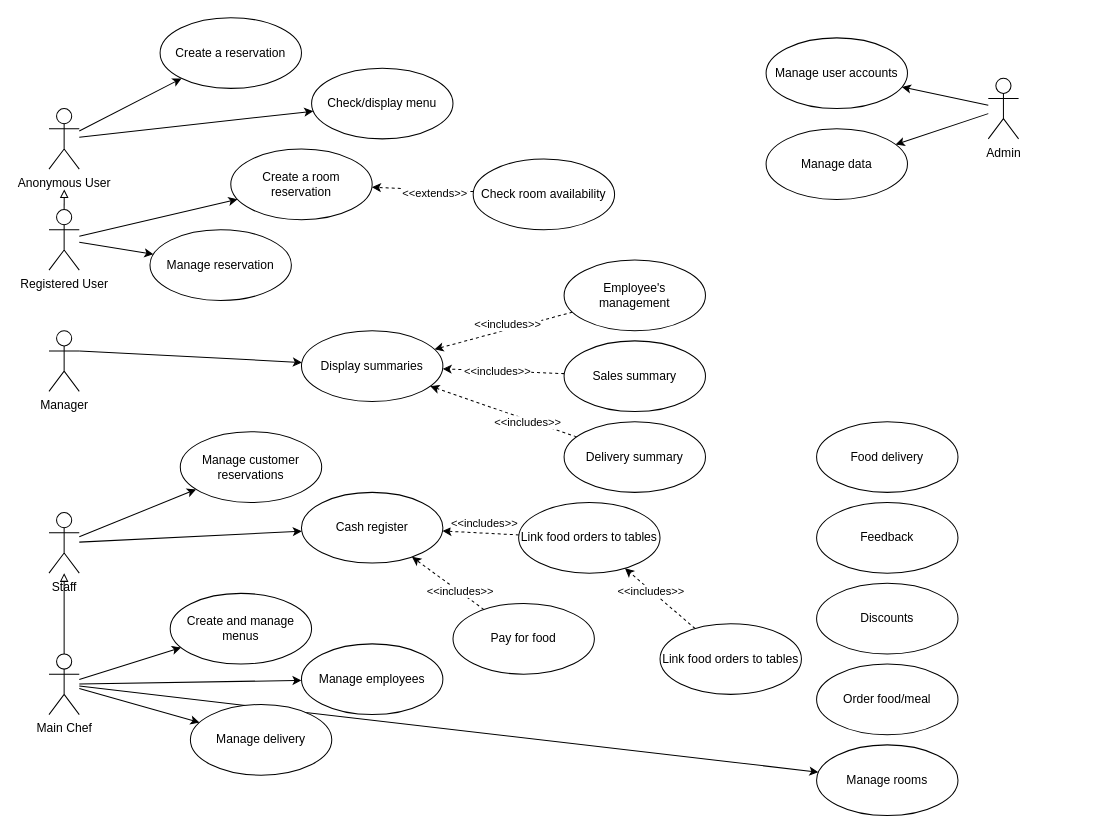
Earlier version of the draw.io diagram page "use-case" (1 of 2) of docs/schema.drawio (hungdojan/PIS_Project). Source tidied: cells renumbered, new cells numbered last; positions are measured from the earlier drawing's top-left corner, leaving out a move shared by most shapes. Both pictures are drawn from the tidied source at 101%, with x=0, y=0 at pixel (48, 17).
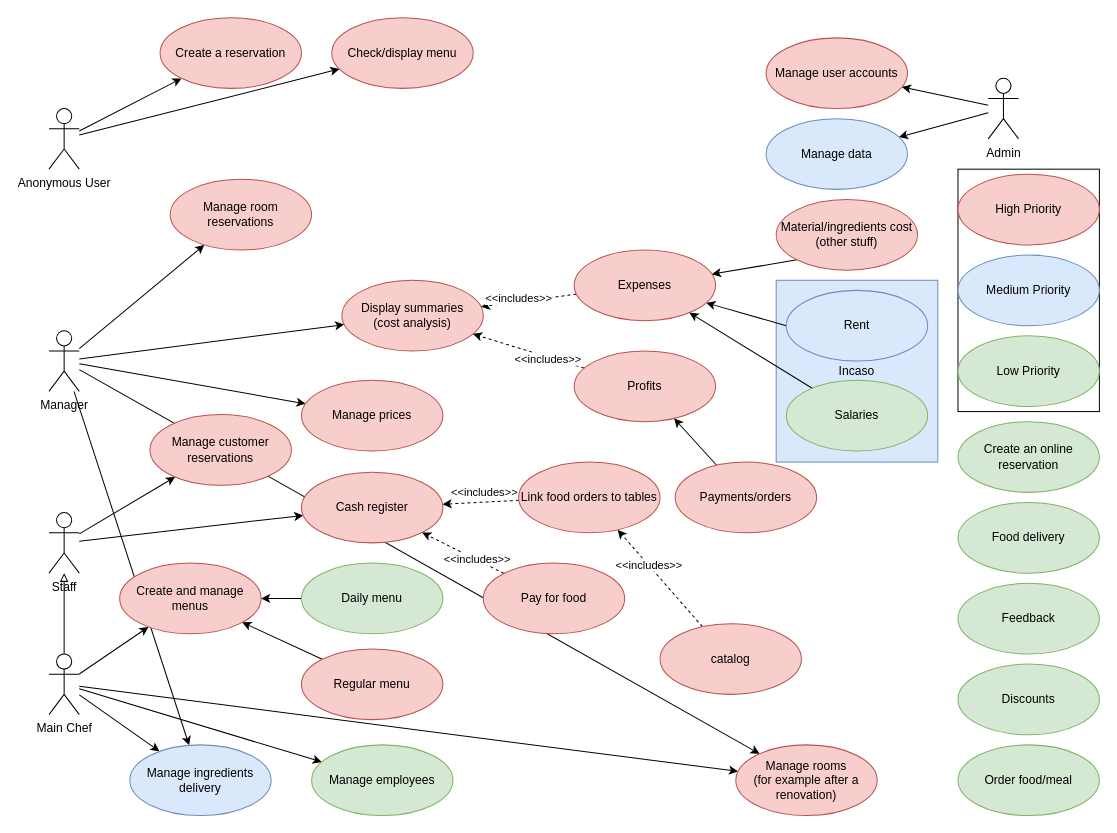
After the change.

Commit message:
Update schema, added few flow-charts

Unchanged cells that the change refers to:
```xml
<mxCell id="10" value="Manager" style="shape=umlActor;verticalLabelPosition=bottom;verticalAlign=top;html=1;" parent="1" vertex="1">
  <mxGeometry y="310" width="30" height="60" as="geometry" />
</mxCell>
```

Diff of the diagram source:
```diff
@@
+    <mxCell id="61" style="rounded=0;whiteSpace=wrap;html=1;" parent="1" vertex="1">
+      <mxGeometry x="900" y="150" width="140" height="240" as="geometry" />
+    </mxCell>
+    <mxCell id="62" value="Incaso" style="rounded=0;whiteSpace=wrap;html=1;fillColor=#dae8fc;strokeColor=#6c8ebf;" parent="1" vertex="1">
+      <mxGeometry x="720" y="260" width="160" height="180" as="geometry" />
+    </mxCell>
@@
-    <mxCell id="5" style="edgeStyle=none;html=1;exitX=0.5;exitY=0;exitDx=0;exitDy=0;exitPerimeter=0;endArrow=block;endFill=0;" parent="1" edge="1" source="8">
-      <mxGeometry relative="1" as="geometry">
-        <mxPoint x="15.1" y="170" as="targetPoint" />
-      </mxGeometry>
-    </mxCell>
-    <mxCell id="6" style="edgeStyle=none;html=1;endArrow=classic;endFill=1;" parent="1" edge="1" source="8" target="25">
-      <mxGeometry relative="1" as="geometry" />
-    </mxCell>
-    <mxCell id="7" style="edgeStyle=none;html=1;endArrow=classic;endFill=1;" parent="1" edge="1" source="8" target="26">
-      <mxGeometry relative="1" as="geometry" />
-    </mxCell>
-    <mxCell id="8" value="Registered User" style="shape=umlActor;verticalLabelPosition=bottom;verticalAlign=top;html=1;" parent="1" vertex="1">
-      <mxGeometry y="190" width="30" height="60" as="geometry" />
-    </mxCell>
-    <mxCell id="9" style="edgeStyle=none;html=1;exitX=1;exitY=0.3333333333333333;exitDx=0;exitDy=0;exitPerimeter=0;endArrow=classic;endFill=1;" parent="1" edge="1" source="10" target="30">
+    <mxCell id="9" style="edgeStyle=none;html=1;endArrow=classic;endFill=1;" parent="1" edge="1" source="10" target="30">
       <mxGeometry relative="1" as="geometry" />
     </mxCell>
+    <mxCell id="63" style="edgeStyle=none;html=1;" parent="1" edge="1" source="10" target="67">
+      <mxGeometry relative="1" as="geometry" />
+    </mxCell>
+    <mxCell id="64" style="edgeStyle=none;html=1;" parent="1" edge="1" source="10" target="46">
+      <mxGeometry relative="1" as="geometry" />
+    </mxCell>
+    <mxCell id="65" style="edgeStyle=none;html=1;" parent="1" edge="1" source="10" target="51">
+      <mxGeometry relative="1" as="geometry" />
+    </mxCell>
+    <mxCell id="66" style="edgeStyle=none;html=1;" parent="1" edge="1" source="10" target="26">
+      <mxGeometry relative="1" as="geometry" />
+    </mxCell>
@@
-    <mxCell id="23" value="Create a reservation" style="ellipse;whiteSpace=wrap;html=1;" parent="1" vertex="1">
+    <mxCell id="23" value="Create a reservation" style="ellipse;whiteSpace=wrap;html=1;fillColor=#f8cecc;strokeColor=#b85450;" parent="1" vertex="1">
       <mxGeometry x="110" width="140" height="70" as="geometry" />
     </mxCell>
-    <mxCell id="24" value="Check/display menu" style="ellipse;whiteSpace=wrap;html=1;" parent="1" vertex="1">
-      <mxGeometry x="260" y="50" width="140" height="70" as="geometry" />
+    <mxCell id="24" value="Check/display menu" style="ellipse;whiteSpace=wrap;html=1;fillColor=#f8cecc;strokeColor=#b85450;" parent="1" vertex="1">
+      <mxGeometry x="280" width="140" height="70" as="geometry" />
     </mxCell>
-    <mxCell id="25" value="Manage reservation" style="ellipse;whiteSpace=wrap;html=1;" parent="1" vertex="1">
-      <mxGeometry x="100" y="210" width="140" height="70" as="geometry" />
-    </mxCell>
-    <mxCell id="26" value="Create a room reservation" style="ellipse;whiteSpace=wrap;html=1;" parent="1" vertex="1">
-      <mxGeometry x="180" y="130" width="140" height="70" as="geometry" />
+    <mxCell id="26" value="Manage room reservations" style="ellipse;whiteSpace=wrap;html=1;fillColor=#f8cecc;strokeColor=#b85450;" parent="1" vertex="1">
+      <mxGeometry x="120" y="160" width="140" height="70" as="geometry" />
     </mxCell>
-    <mxCell id="27" style="edgeStyle=none;html=1;endArrow=classic;endFill=1;dashed=1;" parent="1" edge="1" source="29" target="26">
-      <mxGeometry relative="1" as="geometry" />
-    </mxCell>
-    <mxCell id="28" value="&amp;lt;&amp;lt;extends&amp;gt;&amp;gt;" style="edgeLabel;html=1;align=center;verticalAlign=middle;" parent="27" vertex="1">
-      <mxGeometry x="-0.22" y="3" relative="1" as="geometry" />
-    </mxCell>
-    <mxCell id="29" value="Check room availability" style="ellipse;whiteSpace=wrap;html=1;" parent="1" vertex="1">
-      <mxGeometry x="420" y="140" width="140" height="70" as="geometry" />
-    </mxCell>
-    <mxCell id="30" value="Display summaries" style="ellipse;whiteSpace=wrap;html=1;" parent="1" vertex="1">
-      <mxGeometry x="250" y="310" width="140" height="70" as="geometry" />
+    <mxCell id="30" value="Display summaries&lt;br&gt;(cost analysis)" style="ellipse;whiteSpace=wrap;html=1;fillColor=#f8cecc;strokeColor=#b85450;" parent="1" vertex="1">
+      <mxGeometry x="290" y="260" width="140" height="70" as="geometry" />
     </mxCell>
-    <mxCell id="31" style="edgeStyle=none;html=1;endArrow=classic;endFill=1;dashed=1;" parent="1" edge="1" source="33" target="30">
-      <mxGeometry relative="1" as="geometry" />
-    </mxCell>
-    <mxCell id="32" value="&amp;lt;&amp;lt;includes&amp;gt;&amp;gt;" style="edgeLabel;html=1;align=center;verticalAlign=middle;" parent="31" vertex="1">
-      <mxGeometry x="-0.28" y="-2" relative="1" as="geometry">
-        <mxPoint x="-15" y="1" as="offset" />
-      </mxGeometry>
-    </mxCell>
-    <mxCell id="33" value="Employee's&lt;br&gt;management" style="ellipse;whiteSpace=wrap;html=1;" parent="1" vertex="1">
-      <mxGeometry x="510" y="240" width="140" height="70" as="geometry" />
-    </mxCell>
@@
-    <mxCell id="36" value="Sales summary" style="ellipse;whiteSpace=wrap;html=1;" parent="1" vertex="1">
-      <mxGeometry x="510" y="320" width="140" height="70" as="geometry" />
+    <mxCell id="36" value="Expenses" style="ellipse;whiteSpace=wrap;html=1;fillColor=#f8cecc;strokeColor=#b85450;" parent="1" vertex="1">
+      <mxGeometry x="520" y="230" width="140" height="70" as="geometry" />
     </mxCell>
@@
-    <mxCell id="39" value="Delivery summary" style="ellipse;whiteSpace=wrap;html=1;" parent="1" vertex="1">
-      <mxGeometry x="510" y="400" width="140" height="70" as="geometry" />
+    <mxCell id="39" value="Profits" style="ellipse;whiteSpace=wrap;html=1;fillColor=#f8cecc;strokeColor=#b85450;" parent="1" vertex="1">
+      <mxGeometry x="520" y="330" width="140" height="70" as="geometry" />
     </mxCell>
-    <mxCell id="40" value="Manage user accounts" style="ellipse;whiteSpace=wrap;html=1;" parent="1" vertex="1">
+    <mxCell id="40" value="Manage user accounts" style="ellipse;whiteSpace=wrap;html=1;fillColor=#f8cecc;strokeColor=#b85450;" parent="1" vertex="1">
       <mxGeometry x="710" y="20" width="140" height="70" as="geometry" />
     </mxCell>
-    <mxCell id="41" value="Manage data" style="ellipse;whiteSpace=wrap;html=1;" parent="1" vertex="1">
-      <mxGeometry x="710" y="110" width="140" height="70" as="geometry" />
+    <mxCell id="41" value="Manage data" style="ellipse;whiteSpace=wrap;html=1;fillColor=#dae8fc;strokeColor=#6c8ebf;" parent="1" vertex="1">
+      <mxGeometry x="710" y="100" width="140" height="70" as="geometry" />
     </mxCell>
-    <mxCell id="42" value="Manage customer reservations" style="ellipse;whiteSpace=wrap;html=1;" parent="1" vertex="1">
-      <mxGeometry x="130" y="410" width="140" height="70" as="geometry" />
+    <mxCell id="42" value="Manage customer reservations" style="ellipse;whiteSpace=wrap;html=1;fillColor=#f8cecc;strokeColor=#b85450;" parent="1" vertex="1">
+      <mxGeometry x="100" y="393" width="140" height="70" as="geometry" />
     </mxCell>
-    <mxCell id="43" value="Cash register" style="ellipse;whiteSpace=wrap;html=1;" parent="1" vertex="1">
-      <mxGeometry x="250" y="470" width="140" height="70" as="geometry" />
+    <mxCell id="43" value="Cash register" style="ellipse;whiteSpace=wrap;html=1;fillColor=#f8cecc;strokeColor=#b85450;" parent="1" vertex="1">
+      <mxGeometry x="250" y="450" width="140" height="70" as="geometry" />
     </mxCell>
-    <mxCell id="44" value="Create and manage menus" style="ellipse;whiteSpace=wrap;html=1;" parent="1" vertex="1">
-      <mxGeometry x="120" y="570" width="140" height="70" as="geometry" />
+    <mxCell id="44" value="Create and manage menus" style="ellipse;whiteSpace=wrap;html=1;fillColor=#f8cecc;strokeColor=#b85450;" parent="1" vertex="1">
+      <mxGeometry x="70" y="540" width="140" height="70" as="geometry" />
     </mxCell>
-    <mxCell id="45" value="Manage employees" style="ellipse;whiteSpace=wrap;html=1;" parent="1" vertex="1">
-      <mxGeometry x="250" y="620" width="140" height="70" as="geometry" />
+    <mxCell id="45" value="Manage employees" style="ellipse;whiteSpace=wrap;html=1;fillColor=#d5e8d4;strokeColor=#82b366;" parent="1" vertex="1">
+      <mxGeometry x="260" y="720" width="140" height="70" as="geometry" />
     </mxCell>
-    <mxCell id="46" value="Manage delivery" style="ellipse;whiteSpace=wrap;html=1;" parent="1" vertex="1">
-      <mxGeometry x="140" y="680" width="140" height="70" as="geometry" />
+    <mxCell id="46" value="Manage ingredients delivery" style="ellipse;whiteSpace=wrap;html=1;fillColor=#dae8fc;strokeColor=#6c8ebf;" parent="1" vertex="1">
+      <mxGeometry x="80" y="720" width="140" height="70" as="geometry" />
     </mxCell>
-    <mxCell id="47" value="Food delivery" style="ellipse;whiteSpace=wrap;html=1;" parent="1" vertex="1">
-      <mxGeometry x="760" y="400" width="140" height="70" as="geometry" />
+    <mxCell id="47" value="Food delivery" style="ellipse;whiteSpace=wrap;html=1;fillColor=#d5e8d4;strokeColor=#82b366;" parent="1" vertex="1">
+      <mxGeometry x="900" y="480" width="140" height="70" as="geometry" />
     </mxCell>
-    <mxCell id="48" value="Feedback" style="ellipse;whiteSpace=wrap;html=1;" parent="1" vertex="1">
-      <mxGeometry x="760" y="480" width="140" height="70" as="geometry" />
+    <mxCell id="48" value="Feedback" style="ellipse;whiteSpace=wrap;html=1;fillColor=#d5e8d4;strokeColor=#82b366;" parent="1" vertex="1">
+      <mxGeometry x="900" y="560" width="140" height="70" as="geometry" />
     </mxCell>
-    <mxCell id="49" value="Discounts" style="ellipse;whiteSpace=wrap;html=1;" parent="1" vertex="1">
-      <mxGeometry x="760" y="560" width="140" height="70" as="geometry" />
+    <mxCell id="49" value="Discounts" style="ellipse;whiteSpace=wrap;html=1;fillColor=#d5e8d4;strokeColor=#82b366;" parent="1" vertex="1">
+      <mxGeometry x="900" y="640" width="140" height="70" as="geometry" />
     </mxCell>
-    <mxCell id="50" value="Order food/meal" style="ellipse;whiteSpace=wrap;html=1;" parent="1" vertex="1">
-      <mxGeometry x="760" y="640" width="140" height="70" as="geometry" />
+    <mxCell id="50" value="Order food/meal" style="ellipse;whiteSpace=wrap;html=1;fillColor=#d5e8d4;strokeColor=#82b366;" parent="1" vertex="1">
+      <mxGeometry x="900" y="720" width="140" height="70" as="geometry" />
     </mxCell>
-    <mxCell id="51" value="Manage rooms" style="ellipse;whiteSpace=wrap;html=1;" parent="1" vertex="1">
-      <mxGeometry x="760" y="720" width="140" height="70" as="geometry" />
+    <mxCell id="51" value="Manage rooms&lt;br&gt;(for example after a renovation)" style="ellipse;whiteSpace=wrap;html=1;fillColor=#f8cecc;strokeColor=#b85450;" parent="1" vertex="1">
+      <mxGeometry x="680" y="720" width="140" height="70" as="geometry" />
     </mxCell>
@@
-    <mxCell id="54" value="Link food orders to tables" style="ellipse;whiteSpace=wrap;html=1;" parent="1" vertex="1">
-      <mxGeometry x="465" y="480" width="140" height="70" as="geometry" />
+    <mxCell id="54" value="Link food orders to tables" style="ellipse;whiteSpace=wrap;html=1;fillColor=#f8cecc;strokeColor=#b85450;" parent="1" vertex="1">
+      <mxGeometry x="465" y="440" width="140" height="70" as="geometry" />
     </mxCell>
@@
-    <mxCell id="57" value="Pay for food" style="ellipse;whiteSpace=wrap;html=1;" parent="1" vertex="1">
-      <mxGeometry x="400" y="580" width="140" height="70" as="geometry" />
+    <mxCell id="57" value="Pay for food" style="ellipse;whiteSpace=wrap;html=1;fillColor=#f8cecc;strokeColor=#b85450;" parent="1" vertex="1">
+      <mxGeometry x="430" y="540" width="140" height="70" as="geometry" />
     </mxCell>
@@
-    <mxCell id="60" value="Link food orders to tables" style="ellipse;whiteSpace=wrap;html=1;" parent="1" vertex="1">
+    <mxCell id="60" value="catalog&lt;br&gt;" style="ellipse;whiteSpace=wrap;html=1;fillColor=#f8cecc;strokeColor=#b85450;" parent="1" vertex="1">
       <mxGeometry x="605" y="600" width="140" height="70" as="geometry" />
     </mxCell>
+    <mxCell id="67" value="Manage prices" style="ellipse;whiteSpace=wrap;html=1;fillColor=#f8cecc;strokeColor=#b85450;" parent="1" vertex="1">
+      <mxGeometry x="250" y="359" width="140" height="70" as="geometry" />
+    </mxCell>
+    <mxCell id="68" style="edgeStyle=none;html=1;" parent="1" edge="1" source="69" target="36">
+      <mxGeometry relative="1" as="geometry" />
+    </mxCell>
+    <mxCell id="69" value="Salaries" style="ellipse;whiteSpace=wrap;html=1;fillColor=#d5e8d4;strokeColor=#82b366;" parent="1" vertex="1">
+      <mxGeometry x="730" y="359" width="140" height="70" as="geometry" />
+    </mxCell>
+    <mxCell id="70" style="edgeStyle=none;html=1;exitX=0;exitY=0.5;exitDx=0;exitDy=0;" parent="1" edge="1" source="71" target="36">
+      <mxGeometry relative="1" as="geometry" />
+    </mxCell>
+    <mxCell id="71" value="Rent" style="ellipse;whiteSpace=wrap;html=1;fillColor=#dae8fc;strokeColor=#6c8ebf;" parent="1" vertex="1">
+      <mxGeometry x="730" y="270" width="140" height="70" as="geometry" />
+    </mxCell>
+    <mxCell id="72" style="edgeStyle=none;html=1;exitX=0;exitY=1;exitDx=0;exitDy=0;" parent="1" edge="1" source="73" target="36">
+      <mxGeometry relative="1" as="geometry" />
+    </mxCell>
+    <mxCell id="73" value="Material/ingredients cost&lt;br&gt;(other stuff)" style="ellipse;whiteSpace=wrap;html=1;fillColor=#f8cecc;strokeColor=#b85450;" parent="1" vertex="1">
+      <mxGeometry x="720" y="180" width="140" height="70" as="geometry" />
+    </mxCell>
+    <mxCell id="74" style="edgeStyle=none;html=1;" parent="1" edge="1" source="75" target="39">
+      <mxGeometry relative="1" as="geometry" />
+    </mxCell>
+    <mxCell id="75" value="Payments/orders" style="ellipse;whiteSpace=wrap;html=1;fillColor=#f8cecc;strokeColor=#b85450;" parent="1" vertex="1">
+      <mxGeometry x="620" y="440" width="140" height="70" as="geometry" />
+    </mxCell>
+    <mxCell id="76" style="edgeStyle=none;html=1;exitX=0;exitY=0.5;exitDx=0;exitDy=0;" parent="1" edge="1" source="77" target="44">
+      <mxGeometry relative="1" as="geometry" />
+    </mxCell>
+    <mxCell id="77" value="Daily menu" style="ellipse;whiteSpace=wrap;html=1;fillColor=#d5e8d4;strokeColor=#82b366;" parent="1" vertex="1">
+      <mxGeometry x="250" y="540" width="140" height="70" as="geometry" />
+    </mxCell>
+    <mxCell id="78" style="edgeStyle=none;html=1;exitX=0;exitY=0;exitDx=0;exitDy=0;" parent="1" edge="1" source="79" target="44">
+      <mxGeometry relative="1" as="geometry" />
+    </mxCell>
+    <mxCell id="79" value="Regular menu" style="ellipse;whiteSpace=wrap;html=1;fillColor=#f8cecc;strokeColor=#b85450;" parent="1" vertex="1">
+      <mxGeometry x="250" y="625" width="140" height="70" as="geometry" />
+    </mxCell>
+    <mxCell id="80" value="High Priority" style="ellipse;whiteSpace=wrap;html=1;fillColor=#f8cecc;strokeColor=#b85450;" parent="1" vertex="1">
+      <mxGeometry x="900" y="155" width="140" height="70" as="geometry" />
+    </mxCell>
+    <mxCell id="81" value="Medium Priority" style="ellipse;whiteSpace=wrap;html=1;fillColor=#dae8fc;strokeColor=#6c8ebf;" parent="1" vertex="1">
+      <mxGeometry x="900" y="235" width="140" height="70" as="geometry" />
+    </mxCell>
+    <mxCell id="82" value="Low Priority" style="ellipse;whiteSpace=wrap;html=1;fillColor=#d5e8d4;strokeColor=#82b366;" parent="1" vertex="1">
+      <mxGeometry x="900" y="315" width="140" height="70" as="geometry" />
+    </mxCell>
+    <mxCell id="83" value="Create an online reservation" style="ellipse;whiteSpace=wrap;html=1;fillColor=#d5e8d4;strokeColor=#82b366;" parent="1" vertex="1">
+      <mxGeometry x="900" y="400" width="140" height="70" as="geometry" />
+    </mxCell>
```
